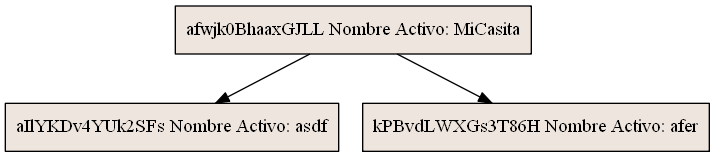
This is Activos.png from MEFM/SistemaDeRentas, a Graphviz export, as it was before one commit. Its source is kept beside it as Activos.dot.
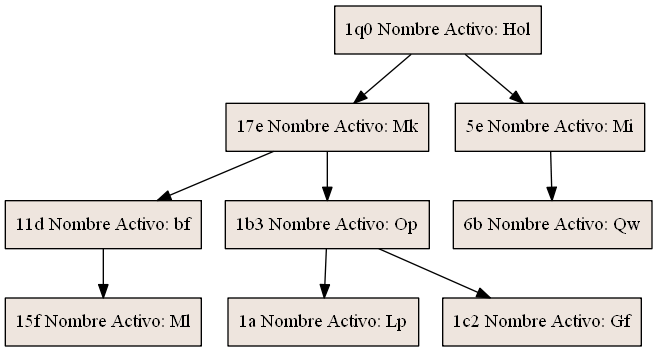
After the change.

The edit, as a diff of the source:
```diff
@@ -1,11 +1,31 @@
 digraph reporte{
 node [shape = record, style=filled, fillcolor=seashell2];
-				Dafwjk0BhaaxGJLL[label = "afwjk0BhaaxGJLL Nombre Activo: MiCasita"]
-				DaIlYKDv4YUk2SFs[label = "afwjk0BhaaxGJLL Nombre Activo: MiCasita"]
-				Dafwjk0BhaaxGJLL-> DaIlYKDv4YUk2SFs
-				DkPBvdLWXGs3T86H[label = "afwjk0BhaaxGJLL Nombre Activo: MiCasita"]
-				Dafwjk0BhaaxGJLL-> DkPBvdLWXGs3T86H
-				DaIlYKDv4YUk2SFs[label = "aIlYKDv4YUk2SFs Nombre Activo: asdf"]
-				DkPBvdLWXGs3T86H[label = "kPBvdLWXGs3T86H Nombre Activo: afer"]
+				D1q0[label = "1q0 Nombre Activo: Hol"]
+				D17e[label = "1q0 Nombre Activo: Hol"]
+				D1q0-> D17e
+				D5e[label = "1q0 Nombre Activo: Hol"]
+				D1q0-> D5e
+				D17e[label = "17e Nombre Activo: Mk"]
+				D11d[label = "17e Nombre Activo: Mk"]
+				D17e-> D11d
+				D1b3[label = "17e Nombre Activo: Mk"]
+				D17e-> D1b3
+				D11d[label = "11d Nombre Activo: bf"]
+				D15f[label = "15f Nombre Activo: Ml"]
+				D15f[label = "11d Nombre Activo: bf"]
+				D11d-> D15f
+				D15f[label = "15f Nombre Activo: Ml"]
+				D1b3[label = "1b3 Nombre Activo: Op"]
+				D1a[label = "1b3 Nombre Activo: Op"]
+				D1b3-> D1a
+				D1c2[label = "1b3 Nombre Activo: Op"]
+				D1b3-> D1c2
+				D1a[label = "1a Nombre Activo: Lp"]
+				D1c2[label = "1c2 Nombre Activo: Gf"]
+				D5e[label = "5e Nombre Activo: Mi"]
+				D6b[label = "6b Nombre Activo: Qw"]
+				D6b[label = "5e Nombre Activo: Mi"]
+				D5e-> D6b
+				D6b[label = "6b Nombre Activo: Qw"]
 
 }
```
